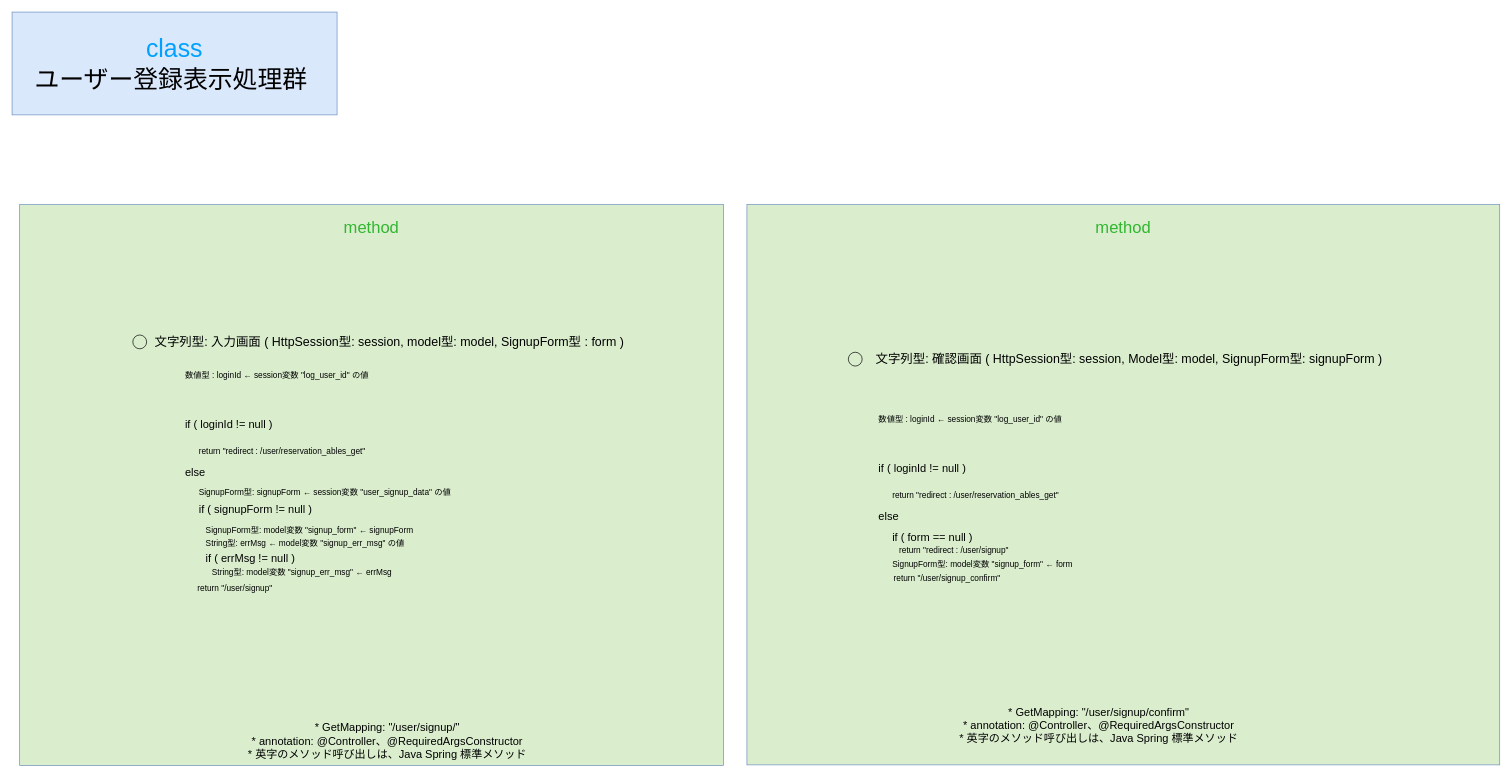
Above: gijigengo/controller/view/user/meeting_reservation_sys controller_view_user SignupViewControllerクラス 疑似言語.drawio in tro319/meeting_reservation_system (draw.io), before the change. Source tidied: cells renumbered, new cells numbered last; positions are measured from the earlier drawing's top-left corner, leaving out a move shared by most shapes. Both pictures are drawn from the tidied source at 69%, with x=0, y=0 at pixel (12, 12).
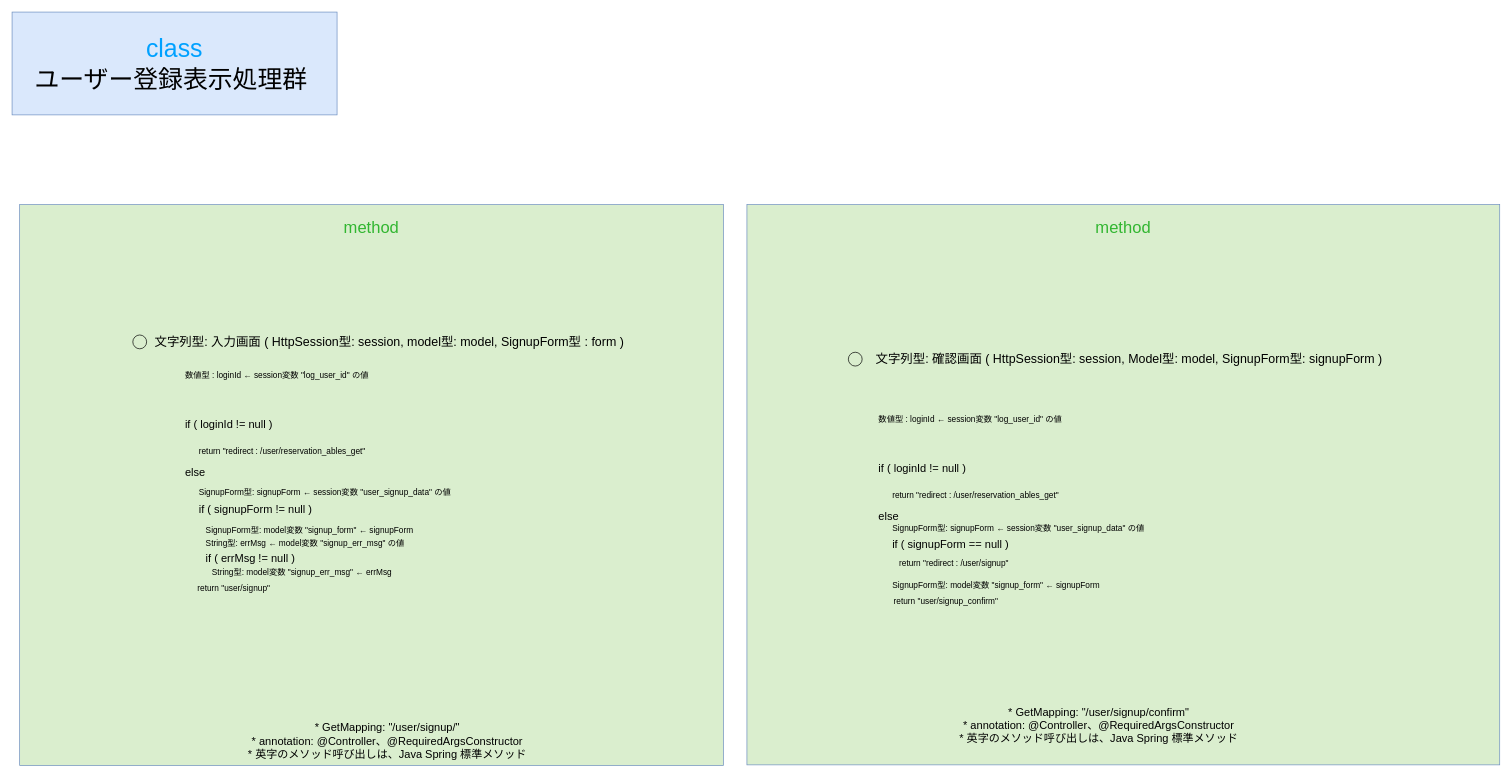
Above is the later version.

The edit, as a diff of the source:
```diff
@@
-    <mxCell id="17" value="&lt;font&gt;if ( form == null )&lt;/font&gt;" style="text;html=1;whiteSpace=wrap;strokeColor=none;fillColor=none;align=left;verticalAlign=middle;rounded=0;fontSize=16;" parent="1" vertex="1">
-      <mxGeometry x="1273.5" y="746" width="590" height="30" as="geometry" />
+    <mxCell id="17" value="&lt;font&gt;if ( signupForm == null )&lt;/font&gt;" style="text;html=1;whiteSpace=wrap;strokeColor=none;fillColor=none;align=left;verticalAlign=middle;rounded=0;fontSize=16;" parent="1" vertex="1">
+      <mxGeometry x="1273.5" y="756" width="590" height="30" as="geometry" />
     </mxCell>
@@
     <mxCell id="20" value="return &quot;redirect : /user/signup&quot;" style="text;html=1;whiteSpace=wrap;strokeColor=none;fillColor=none;align=left;verticalAlign=middle;rounded=0;" parent="1" vertex="1">
-      <mxGeometry x="1283.5" y="766" width="590" height="30" as="geometry" />
+      <mxGeometry x="1283.5" y="785" width="590" height="30" as="geometry" />
     </mxCell>
-    <mxCell id="21" value="return &quot;/user/signup_confirm&quot;" style="text;html=1;whiteSpace=wrap;strokeColor=none;fillColor=none;align=left;verticalAlign=middle;rounded=0;" parent="1" vertex="1">
-      <mxGeometry x="1276" y="806" width="590" height="30" as="geometry" />
+    <mxCell id="21" value="return &quot;user/signup_confirm&quot;" style="text;html=1;whiteSpace=wrap;strokeColor=none;fillColor=none;align=left;verticalAlign=middle;rounded=0;" parent="1" vertex="1">
+      <mxGeometry x="1276" y="839" width="590" height="30" as="geometry" />
     </mxCell>
-    <mxCell id="22" value="SignupForm型: model変数 &quot;signup_form&quot; ← form" style="text;html=1;whiteSpace=wrap;strokeColor=none;fillColor=none;align=left;verticalAlign=middle;rounded=0;" parent="1" vertex="1">
-      <mxGeometry x="1273.5" y="786" width="590" height="30" as="geometry" />
+    <mxCell id="22" value="SignupForm型: signupForm ←&amp;nbsp;session変数 &quot;user_signup_data&quot; の値" style="text;html=1;whiteSpace=wrap;strokeColor=none;fillColor=none;align=left;verticalAlign=middle;rounded=0;" parent="1" vertex="1">
+      <mxGeometry x="1273.5" y="734" width="590" height="30" as="geometry" />
     </mxCell>
-    <mxCell id="23" value="return &quot;/user/signup&quot;" style="text;html=1;whiteSpace=wrap;strokeColor=none;fillColor=none;align=left;verticalAlign=middle;rounded=0;" parent="1" vertex="1">
+    <mxCell id="23" value="return &quot;user/signup&quot;" style="text;html=1;whiteSpace=wrap;strokeColor=none;fillColor=none;align=left;verticalAlign=middle;rounded=0;" parent="1" vertex="1">
       <mxGeometry x="267" y="821" width="590" height="30" as="geometry" />
     </mxCell>
@@
+    <mxCell id="31" value="SignupForm型: model変数 &quot;signup_form&quot; ← signupForm" style="text;html=1;whiteSpace=wrap;strokeColor=none;fillColor=none;align=left;verticalAlign=middle;rounded=0;" parent="1" vertex="1">
+      <mxGeometry x="1273.5" y="816" width="590" height="30" as="geometry" />
+    </mxCell>
```
